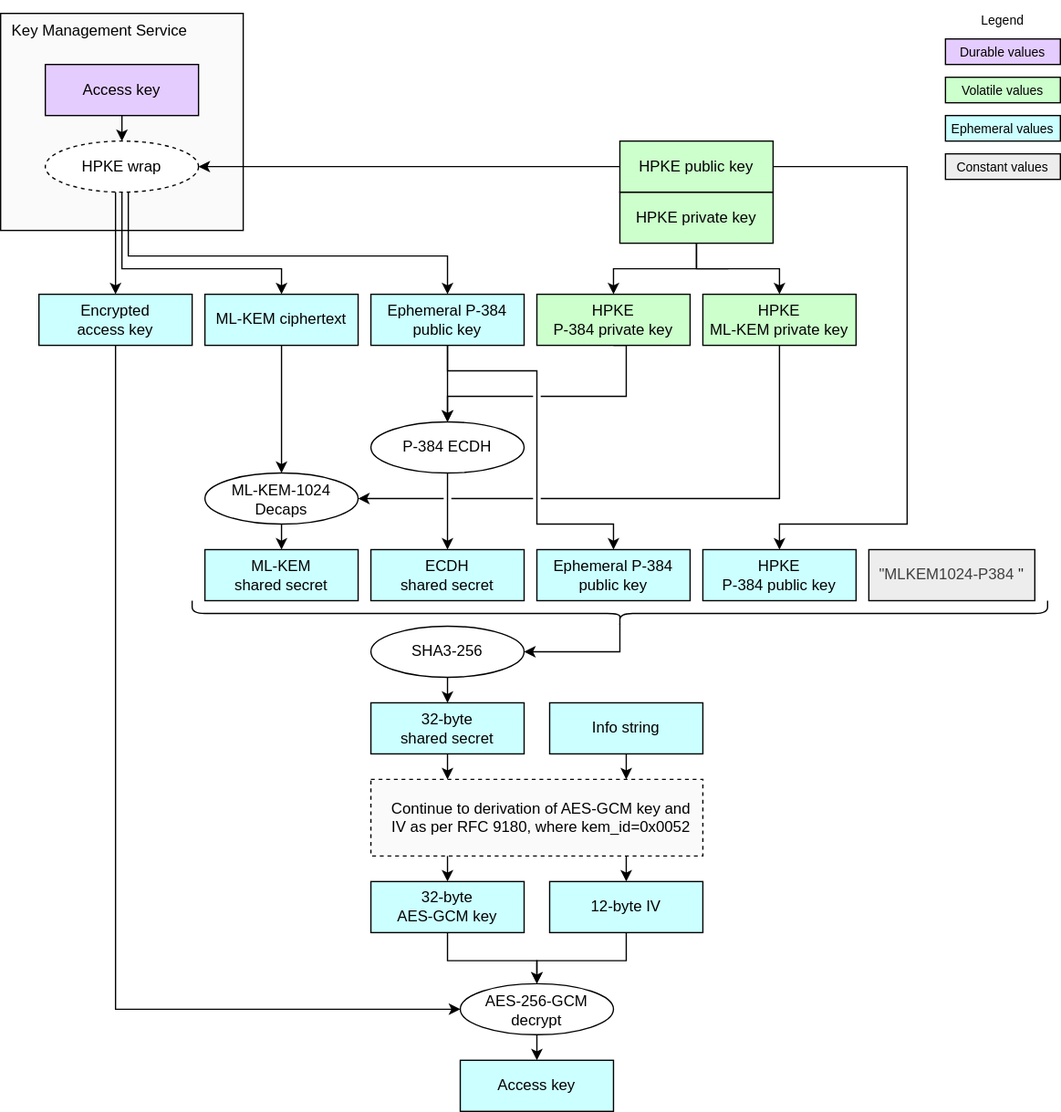
The draw.io diagram doc/ocp_lock/diagrams/hpke_kem_hybrid.drawio.svg in chipsalliance/Caliptra, before a commit. Source tidied: cells renumbered, new cells last; positions are measured from the earlier drawing's top-left corner, leaving out a move shared by most shapes.
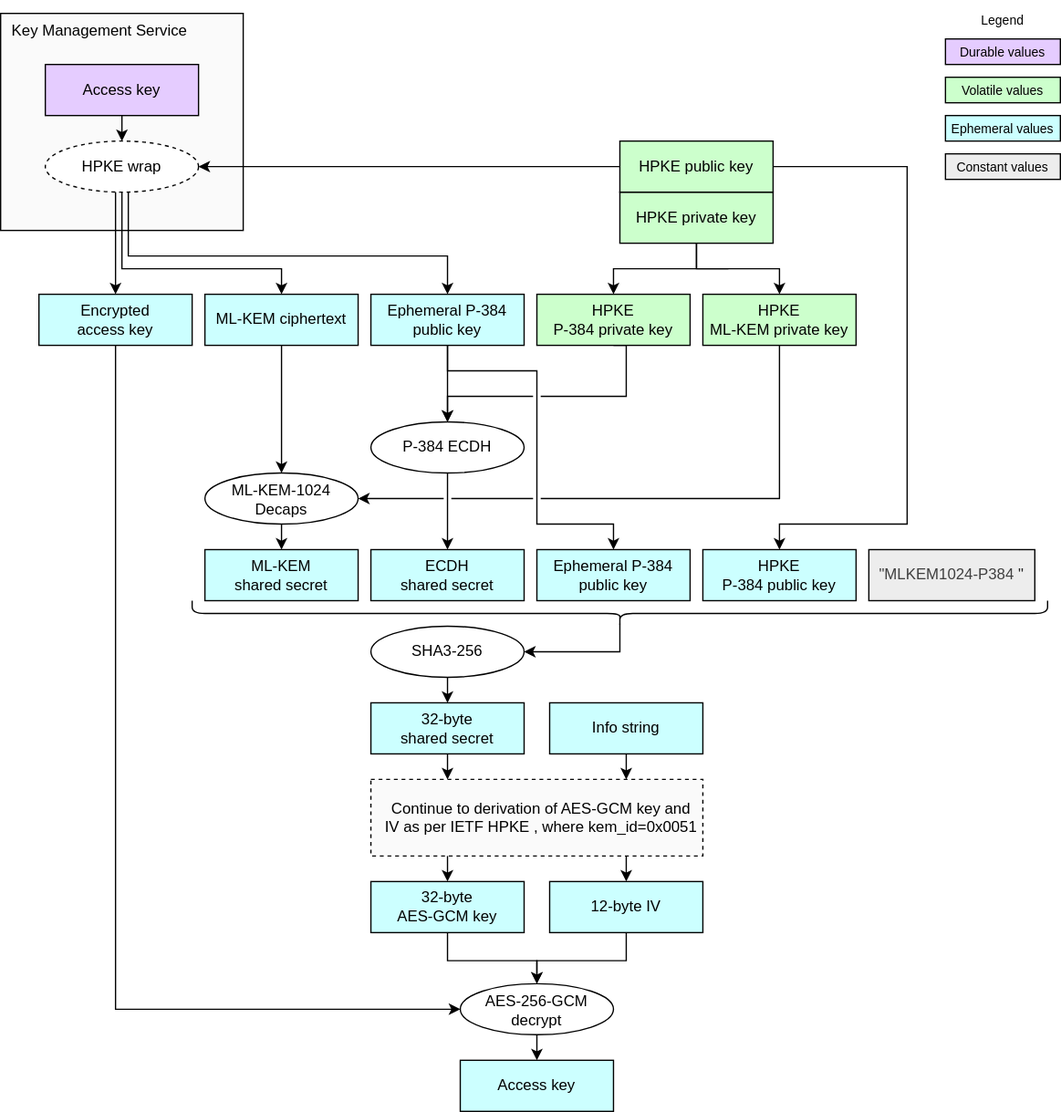
Later version of the same file.

Commit message:
[OCP-LOCK]: HPKE diagram updates (#631)

Diff of the diagram source:
```diff
@@ -162,7 +162,7 @@
     <mxCell id="39" style="endArrow=classic;html=1;exitX=0.5;exitY=1;exitDx=0;exitDy=0;" parent="1" edge="1" source="37" target="38">
       <mxGeometry relative="1" as="geometry" />
     </mxCell>
-    <mxCell id="40" value="&lt;span style=&quot;color: rgb(0, 0, 0);&quot;&gt;Continue to derivation of&amp;nbsp;&lt;/span&gt;&lt;span style=&quot;background-color: transparent;&quot;&gt;AES-GCM key and&lt;/span&gt;&lt;div&gt;&lt;span style=&quot;background-color: transparent;&quot;&gt;IV as per&amp;nbsp;&lt;/span&gt;&lt;span style=&quot;background-color: transparent;&quot;&gt;RFC 9180, where kem_id=0x0052&lt;/span&gt;&lt;/div&gt;" style="rounded=0;whiteSpace=wrap;html=1;fillColor=#FAFAFA;strokeColor=#000000;align=center;verticalAlign=middle;spacingLeft=7;dashed=1;" parent="1" vertex="1">
+    <mxCell id="40" value="&lt;span style=&quot;color: rgb(0, 0, 0);&quot;&gt;Continue to derivation of&amp;nbsp;&lt;/span&gt;&lt;span style=&quot;background-color: transparent;&quot;&gt;AES-GCM key and&lt;/span&gt;&lt;div&gt;&lt;span style=&quot;background-color: transparent;&quot;&gt;IV as per IETF HPKE&lt;/span&gt;&lt;span style=&quot;background-color: transparent;&quot;&gt;, where kem_id=0x0051&lt;/span&gt;&lt;/div&gt;" style="rounded=0;whiteSpace=wrap;html=1;fillColor=#FAFAFA;strokeColor=#000000;align=center;verticalAlign=middle;spacingLeft=7;dashed=1;" parent="1" vertex="1">
       <mxGeometry x="290" y="610" width="260" height="60" as="geometry" />
     </mxCell>
     <mxCell id="41" style="endArrow=classic;html=1;exitX=0.5;exitY=1;exitDx=0;exitDy=0;" parent="1" edge="1" source="38">
```
